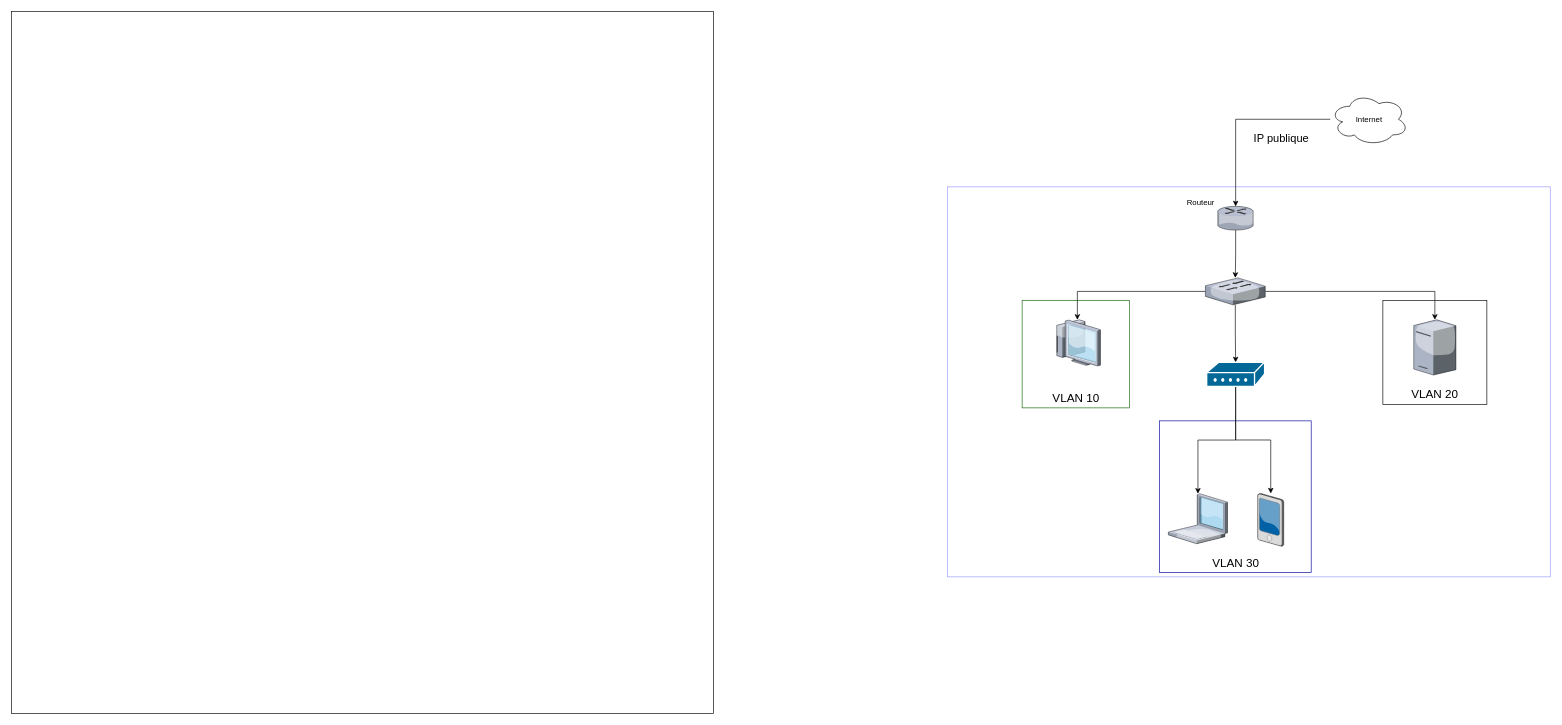
Above: Schema_reseau.drawio in leeeooooooooo/Projet_Visualisation (draw.io), before the change. Source tidied: cells renumbered, new cells numbered last; positions are measured from the earlier drawing's top-left corner, leaving out a move shared by most shapes. Both pictures are drawn from the tidied source at 65%, with x=0, y=0 at pixel (11, 11).
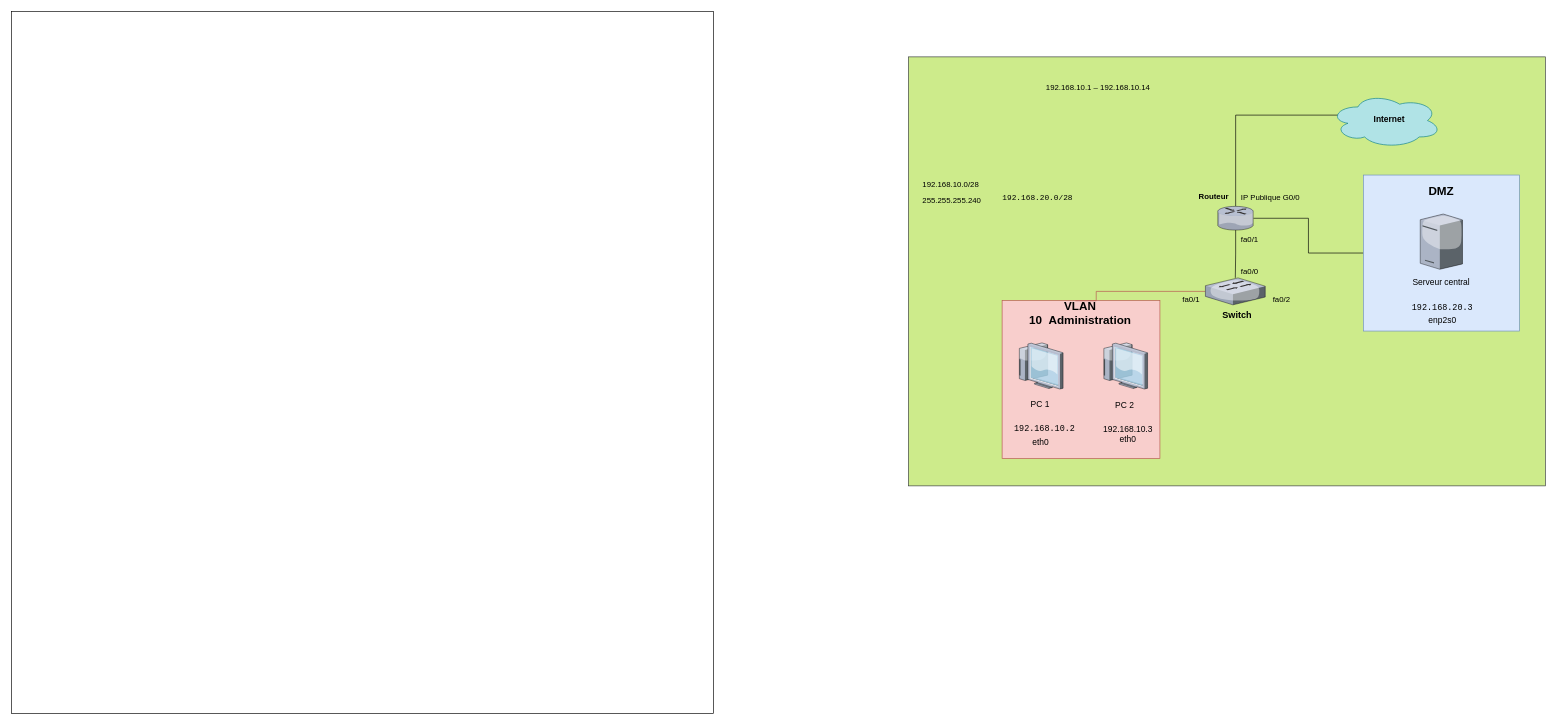
After the change.

Commit message:
Mettre à jour Schema_reseau.drawio

Unchanged cells that the change refers to:
```xml
<mxCell id="9" style="verticalLabelPosition=bottom;sketch=0;html=1;verticalAlign=top;strokeColor=none;align=center;outlineConnect=0;shape=mxgraph.citrix.router;" parent="1" vertex="1">
  <mxGeometry x="1856" y="300" width="55" height="36.5" as="geometry" />
</mxCell>
<mxCell id="12" style="verticalLabelPosition=bottom;sketch=0;html=1;verticalAlign=top;strokeColor=none;align=center;outlineConnect=0;shape=mxgraph.citrix.switch;" parent="1" vertex="1">
  <mxGeometry x="1837" y="410" width="92" height="41.5" as="geometry" />
</mxCell>
```

Diff of the diagram source:
```diff
@@
-    <mxCell id="3" style="rounded=0;whiteSpace=wrap;html=1;shadow=0;strokeColor=#9999FF;" parent="1" vertex="1">
-      <mxGeometry x="1440" y="270" width="927.5" height="600" as="geometry" />
+    <mxCell id="3" style="rounded=0;whiteSpace=wrap;html=1;shadow=0;strokeColor=#36393d;fillColor=#cdeb8b;" parent="1" vertex="1">
+      <mxGeometry x="1380" y="70" width="980" height="660" as="geometry" />
     </mxCell>
-    <mxCell id="4" style="whiteSpace=wrap;html=1;strokeColor=#18660A;" parent="1" vertex="1">
-      <mxGeometry x="1555" y="445" width="165" height="165" as="geometry" />
+    <mxCell id="4" style="whiteSpace=wrap;html=1;strokeColor=#b85450;fillColor=#f8cecc;" parent="1" vertex="1">
+      <mxGeometry x="1524.2" y="445" width="242.8" height="242.8" as="geometry" />
     </mxCell>
-    <mxCell id="5" style="edgeStyle=orthogonalEdgeStyle;rounded=0;jettySize=auto;html=1;" parent="1" edge="1" source="6" target="9">
+    <mxCell id="5" style="edgeStyle=orthogonalEdgeStyle;rounded=0;jettySize=auto;html=1;exitX=0.07;exitY=0.4;exitDx=0;exitDy=0;exitPerimeter=0;endArrow=none;startFill=0;" parent="1" edge="1" source="6" target="9">
       <mxGeometry relative="1" as="geometry" />
     </mxCell>
-    <mxCell id="6" style="ellipse;shape=cloud;whiteSpace=wrap;html=1;" parent="1" vertex="1">
-      <mxGeometry x="2029" y="126" width="120" height="80" as="geometry" />
+    <mxCell id="6" style="ellipse;shape=cloud;whiteSpace=wrap;html=1;fillColor=#b0e3e6;strokeColor=#0e8088;" parent="1" vertex="1">
+      <mxGeometry x="2029" y="126" width="171" height="84" as="geometry" />
     </mxCell>
-    <mxCell id="7" value="Routeur" style="text;html=1;align=center;verticalAlign=middle;whiteSpace=wrap;rounded=0;" parent="1" vertex="1">
-      <mxGeometry x="1800" y="280" width="60" height="30" as="geometry" />
+    <mxCell id="7" value="Routeur" style="text;html=1;align=center;verticalAlign=middle;whiteSpace=wrap;rounded=0;fontStyle=1;" parent="1" vertex="1">
+      <mxGeometry x="1820" y="270" width="60" height="30" as="geometry" />
     </mxCell>
-    <mxCell id="8" style="edgeStyle=orthogonalEdgeStyle;rounded=0;jettySize=auto;html=1;" parent="1" edge="1" source="9" target="12">
+    <mxCell id="8" style="edgeStyle=orthogonalEdgeStyle;rounded=0;jettySize=auto;html=1;verticalAlign=bottom;endArrow=none;startFill=0;" parent="1" edge="1" source="9" target="12">
       <mxGeometry relative="1" as="geometry" />
     </mxCell>
@@
-    <mxCell id="10" style="edgeStyle=orthogonalEdgeStyle;rounded=0;jettySize=auto;html=1;" parent="1" edge="1" source="12" target="19">
+    <mxCell id="10" style="edgeStyle=orthogonalEdgeStyle;rounded=0;jettySize=auto;html=1;entryX=0;entryY=0.5;entryDx=0;entryDy=0;endArrow=none;startFill=0;" parent="1" edge="1" source="9" target="15">
       <mxGeometry relative="1" as="geometry" />
     </mxCell>
-    <mxCell id="11" style="edgeStyle=orthogonalEdgeStyle;rounded=0;jettySize=auto;html=1;" parent="1" edge="1" source="12" target="21">
-      <mxGeometry relative="1" as="geometry" />
+    <mxCell id="11" style="edgeStyle=orthogonalEdgeStyle;rounded=0;jettySize=auto;html=1;fillColor=#f8cecc;strokeColor=#B85450;entryX=0.464;entryY=0.001;entryDx=0;entryDy=0;entryPerimeter=0;endArrow=none;startFill=0;" parent="1" edge="1" source="12" target="4">
+      <mxGeometry relative="1" as="geometry">
+        <Array as="points">
+          <mxPoint x="1669" y="431" />
+        </Array>
+      </mxGeometry>
     </mxCell>
@@
-    <mxCell id="13" value="Internet" style="text;html=1;align=center;verticalAlign=middle;whiteSpace=wrap;rounded=0;" parent="1" vertex="1">
-      <mxGeometry x="2059" y="151" width="60" height="30" as="geometry" />
+    <mxCell id="13" value="&lt;font&gt;Internet&lt;/font&gt;" style="text;html=1;align=center;verticalAlign=middle;whiteSpace=wrap;rounded=0;fontSize=13;fontStyle=1;" parent="1" vertex="1">
+      <mxGeometry x="2090" y="150" width="60" height="30" as="geometry" />
     </mxCell>
-    <mxCell id="14" style="whiteSpace=wrap;html=1;strokeColor=#000099;" parent="1" vertex="1">
-      <mxGeometry x="1766.2" y="630" width="233.5" height="233.5" as="geometry" />
-    </mxCell>
-    <mxCell id="15" style="whiteSpace=wrap;html=1;fillColor=none;" parent="1" vertex="1">
-      <mxGeometry x="2110" y="445" width="160" height="160" as="geometry" />
+    <mxCell id="15" style="whiteSpace=wrap;html=1;fillColor=#dae8fc;strokeColor=#6c8ebf;" parent="1" vertex="1">
+      <mxGeometry x="2080" y="251.8" width="240" height="240" as="geometry" />
     </mxCell>
-    <mxCell id="16" value="&lt;font style=&quot;font-size: 18px;&quot;&gt;VLAN 10&lt;/font&gt;" style="text;strokeColor=none;align=center;fillColor=none;html=1;verticalAlign=middle;whiteSpace=wrap;rounded=0;" parent="1" vertex="1">
-      <mxGeometry x="1547.5" y="580" width="180" height="30" as="geometry" />
+    <mxCell id="16" value="&lt;font style=&quot;font-size: 18px;&quot;&gt;VLAN 10&amp;nbsp;&amp;nbsp;&lt;/font&gt;&lt;span style=&quot;font-size: 18px; background-color: transparent; color: light-dark(rgb(0, 0, 0), rgb(255, 255, 255));&quot;&gt;Administration&lt;/span&gt;" style="text;strokeColor=none;align=center;fillColor=none;html=1;verticalAlign=middle;whiteSpace=wrap;rounded=0;fontStyle=1;" parent="1" vertex="1">
+      <mxGeometry x="1538" y="450" width="212.5" height="30" as="geometry" />
     </mxCell>
-    <mxCell id="17" value="&lt;font style=&quot;font-size: 18px;&quot;&gt;VLAN 20&lt;/font&gt;" style="text;strokeColor=none;align=center;fillColor=none;html=1;verticalAlign=middle;whiteSpace=wrap;rounded=0;" parent="1" vertex="1">
-      <mxGeometry x="2100" y="575" width="180" height="30" as="geometry" />
+    <mxCell id="17" value="&lt;span style=&quot;font-size: 18px; background-color: transparent; color: light-dark(rgb(0, 0, 0), rgb(255, 255, 255));&quot;&gt;DMZ&lt;/span&gt;" style="text;strokeColor=none;align=center;fillColor=none;html=1;verticalAlign=middle;whiteSpace=wrap;rounded=0;fontStyle=1;" parent="1" vertex="1">
+      <mxGeometry x="2110" y="261.8" width="180" height="30" as="geometry" />
     </mxCell>
-    <mxCell id="18" value="&lt;font style=&quot;font-size: 18px;&quot;&gt;VLAN 30&lt;/font&gt;" style="text;strokeColor=none;align=center;fillColor=none;html=1;verticalAlign=middle;whiteSpace=wrap;rounded=0;" parent="1" vertex="1">
-      <mxGeometry x="1793.5" y="835" width="180" height="30" as="geometry" />
-    </mxCell>
     <mxCell id="19" style="verticalLabelPosition=bottom;sketch=0;html=1;verticalAlign=top;strokeColor=none;align=center;outlineConnect=0;shape=mxgraph.citrix.tower_server;" parent="1" vertex="1">
-      <mxGeometry x="2157.5" y="474.5" width="65" height="85" as="geometry" />
+      <mxGeometry x="2167.5" y="311.8" width="65" height="85" as="geometry" />
     </mxCell>
-    <mxCell id="20" style="verticalLabelPosition=bottom;sketch=0;html=1;verticalAlign=top;strokeColor=none;align=center;outlineConnect=0;shape=mxgraph.citrix.pda;" parent="1" vertex="1">
-      <mxGeometry x="1917.5" y="741.7" width="40" height="81.3" as="geometry" />
-    </mxCell>
     <mxCell id="21" style="verticalLabelPosition=bottom;sketch=0;html=1;verticalAlign=top;strokeColor=none;align=center;outlineConnect=0;shape=mxgraph.citrix.thin_client;" parent="1" vertex="1">
-      <mxGeometry x="1604.5" y="474.5" width="71" height="71" as="geometry" />
+      <mxGeometry x="1547" y="510" width="71" height="71" as="geometry" />
     </mxCell>
-    <mxCell id="22" style="verticalLabelPosition=bottom;sketch=0;html=1;verticalAlign=top;strokeColor=none;align=center;outlineConnect=0;shape=mxgraph.citrix.laptop_1;" parent="1" vertex="1">
-      <mxGeometry x="1780" y="742" width="91" height="77" as="geometry" />
-    </mxCell>
-    <mxCell id="23" style="edgeStyle=orthogonalEdgeStyle;rounded=0;jettySize=auto;html=1;entryX=0.5;entryY=0;entryDx=0;entryDy=0;entryPerimeter=0;" parent="1" edge="1" source="12" target="26">
-      <mxGeometry relative="1" as="geometry" />
-    </mxCell>
-    <mxCell id="24" style="edgeStyle=orthogonalEdgeStyle;rounded=0;jettySize=auto;html=1;" parent="1" edge="1" source="26" target="22">
-      <mxGeometry relative="1" as="geometry" />
-    </mxCell>
-    <mxCell id="25" style="edgeStyle=orthogonalEdgeStyle;rounded=0;jettySize=auto;html=1;" parent="1" edge="1" source="26" target="20">
-      <mxGeometry relative="1" as="geometry" />
-    </mxCell>
-    <mxCell id="26" style="shape=mxgraph.cisco.modems_and_phones.modem;html=1;dashed=0;fillColor=#036897;strokeColor=#ffffff;strokeWidth=2;verticalLabelPosition=bottom;verticalAlign=top;align=center;outlineConnect=0;" parent="1" vertex="1">
-      <mxGeometry x="1839" y="540" width="89" height="37" as="geometry" />
-    </mxCell>
-    <mxCell id="27" value="&lt;font style=&quot;font-size: 17px;&quot;&gt;IP publique&lt;/font&gt;" style="text;strokeColor=none;fillColor=none;html=1;align=center;verticalAlign=middle;whiteSpace=wrap;rounded=0;fontSize=16;" parent="1" vertex="1">
-      <mxGeometry x="1879" y="181" width="150" height="30" as="geometry" />
-    </mxCell>
+    <mxCell id="28" value="255.255.255.240" style="text;whiteSpace=wrap;html=1;" parent="1" vertex="1">
+      <mxGeometry x="1400" y="278.2" width="120" height="40" as="geometry" />
+    </mxCell>
+    <mxCell id="29" value="192.168.10.0/28" style="text;whiteSpace=wrap;html=1;" parent="1" vertex="1">
+      <mxGeometry x="1400" y="251.8" width="120" height="40" as="geometry" />
+    </mxCell>
+    <mxCell id="30" value="192.168.10.1 – 192.168.10.14" style="text;whiteSpace=wrap;html=1;" parent="1" vertex="1">
+      <mxGeometry x="1590" y="103" width="190" height="40" as="geometry" />
+    </mxCell>
+    <mxCell id="31" value="&lt;table&gt;&lt;tbody&gt;&lt;tr&gt;&lt;td&gt;&lt;/td&gt;&lt;/tr&gt;&lt;/tbody&gt;&lt;/table&gt;&lt;table&gt;&lt;tbody&gt;&lt;tr&gt;&lt;td&gt;&lt;code&gt;192.168.20.0/28&lt;/code&gt;&lt;/td&gt;&lt;/tr&gt;&lt;/tbody&gt;&lt;/table&gt;" style="text;whiteSpace=wrap;html=1;" parent="1" vertex="1">
+      <mxGeometry x="1520" y="263" width="140" height="50" as="geometry" />
+    </mxCell>
+    <mxCell id="32" value="&lt;table&gt;&lt;tbody&gt;&lt;tr&gt;&lt;td&gt;&lt;/td&gt;&lt;/tr&gt;&lt;/tbody&gt;&lt;/table&gt;&lt;table&gt;&lt;tbody&gt;&lt;tr&gt;&lt;td&gt;&lt;code&gt;&lt;font&gt;192.168.10.2&lt;/font&gt;&lt;/code&gt;&lt;/td&gt;&lt;/tr&gt;&lt;/tbody&gt;&lt;/table&gt;&amp;nbsp;&lt;span style=&quot;font-size: 14px;&quot;&gt;&amp;nbsp;&amp;nbsp;&lt;/span&gt;&lt;span style=&quot;font-size: 14px; white-space: pre;&quot;&gt;&#9;&lt;/span&gt;&lt;span style=&quot;color: light-dark(rgb(0, 0, 0), rgb(255, 255, 255)); background-color: transparent;&quot;&gt;&lt;font&gt;eth0&lt;/font&gt;&lt;/span&gt;" style="text;whiteSpace=wrap;html=1;fontSize=13;" parent="1" vertex="1">
+      <mxGeometry x="1538" y="617.5" width="120" height="50" as="geometry" />
+    </mxCell>
+    <mxCell id="33" value="&lt;table&gt;&lt;tbody&gt;&lt;tr&gt;&lt;td&gt;&lt;/td&gt;&lt;/tr&gt;&lt;/tbody&gt;&lt;/table&gt;&lt;table&gt;&lt;tbody&gt;&lt;tr&gt;&lt;td style=&quot;text-align: center;&quot;&gt;&lt;code&gt;192.168.20.3&lt;/code&gt;&lt;/td&gt;&lt;/tr&gt;&lt;/tbody&gt;&lt;/table&gt;&lt;div style=&quot;text-align: center;&quot;&gt;&lt;span style=&quot;background-color: transparent; color: light-dark(rgb(0, 0, 0), rgb(255, 255, 255));&quot;&gt;enp2s0&lt;/span&gt;&lt;/div&gt;" style="text;whiteSpace=wrap;html=1;fontSize=13;" parent="1" vertex="1">
+      <mxGeometry x="2150" y="431.8" width="100" height="50" as="geometry" />
+    </mxCell>
+    <mxCell id="34" value="IP Publique G0/0" style="text;whiteSpace=wrap;html=1;" parent="1" vertex="1">
+      <mxGeometry x="1890" y="273" width="100" height="40" as="geometry" />
+    </mxCell>
+    <mxCell id="35" value="fa0/1" style="text;whiteSpace=wrap;html=1;" parent="1" vertex="1">
+      <mxGeometry x="1890" y="336.5" width="50" height="40" as="geometry" />
+    </mxCell>
+    <mxCell id="36" style="verticalLabelPosition=bottom;sketch=0;html=1;verticalAlign=top;strokeColor=none;align=center;shape=mxgraph.citrix.thin_client;" parent="1" vertex="1">
+      <mxGeometry x="1677" y="510" width="71" height="71" as="geometry" />
+    </mxCell>
+    <mxCell id="37" value="192.168.10.3&lt;div&gt;eth0&lt;/div&gt;" style="text;strokeColor=none;fillColor=none;html=1;align=center;verticalAlign=middle;whiteSpace=wrap;rounded=0;fontSize=13;" parent="1" vertex="1">
+      <mxGeometry x="1688" y="634.5" width="60" height="30" as="geometry" />
+    </mxCell>
+    <mxCell id="38" value="Switch" style="text;html=1;align=center;verticalAlign=middle;whiteSpace=wrap;rounded=0;fontSize=14;fontStyle=1;" parent="1" vertex="1">
+      <mxGeometry x="1856" y="452" width="60" height="30" as="geometry" />
+    </mxCell>
+    <mxCell id="39" value="fa0/0" style="text;whiteSpace=wrap;html=1;" parent="1" vertex="1">
+      <mxGeometry x="1890" y="387" width="50" height="40" as="geometry" />
+    </mxCell>
+    <mxCell id="40" value="fa0/1" style="text;whiteSpace=wrap;html=1;" parent="1" vertex="1">
+      <mxGeometry x="1800" y="430" width="50" height="40" as="geometry" />
+    </mxCell>
+    <mxCell id="41" value="fa0/2" style="text;whiteSpace=wrap;html=1;" parent="1" vertex="1">
+      <mxGeometry x="1938.8" y="430" width="50" height="40" as="geometry" />
+    </mxCell>
+    <mxCell id="42" value="Serveur central" style="text;whiteSpace=wrap;html=1;align=center;fontSize=13;" parent="1" vertex="1">
+      <mxGeometry x="2150" y="401.8" width="100" height="40" as="geometry" />
+    </mxCell>
+    <mxCell id="43" value="PC 1" style="text;whiteSpace=wrap;html=1;align=center;fontSize=13;" parent="1" vertex="1">
+      <mxGeometry x="1532.5" y="590" width="100" height="40" as="geometry" />
+    </mxCell>
+    <mxCell id="44" value="PC 2" style="text;whiteSpace=wrap;html=1;align=center;fontSize=13;" parent="1" vertex="1">
+      <mxGeometry x="1662.5" y="591.5" width="100" height="40" as="geometry" />
+    </mxCell>
```
